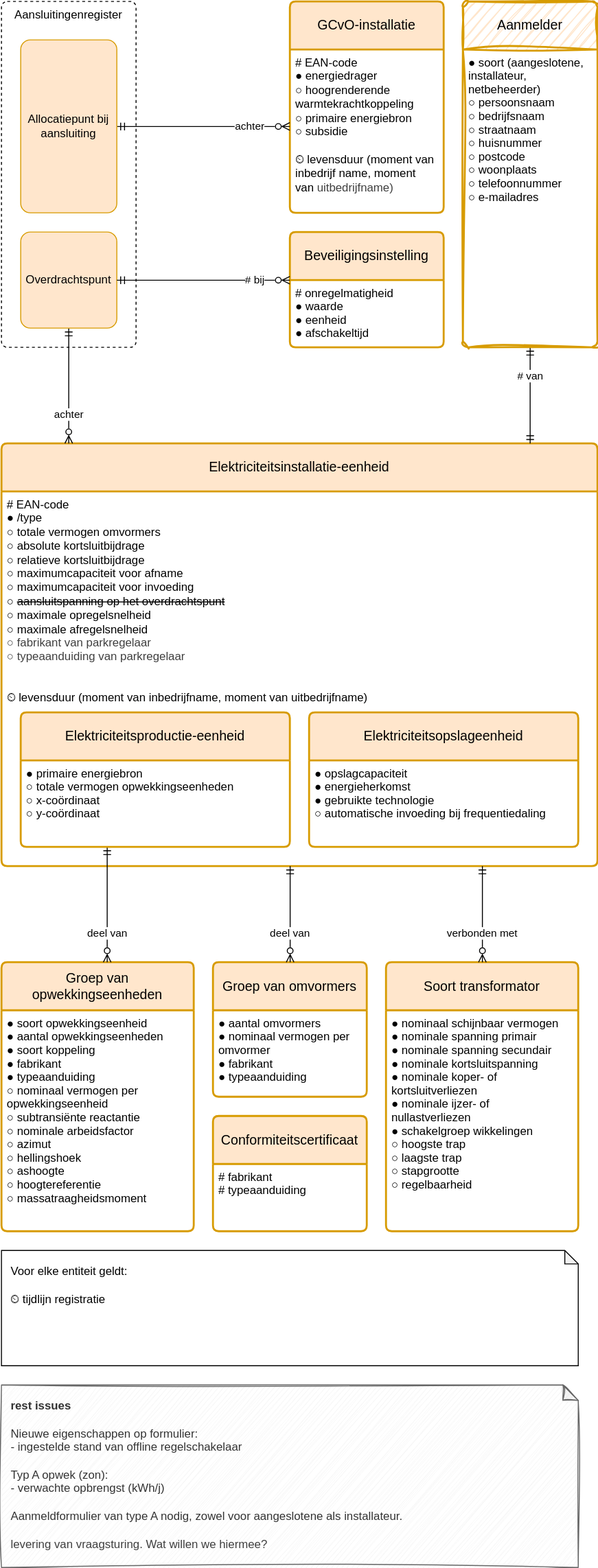
Above: registers/installatieregister/1.0/installatieregister.drawio.svg in Netbeheer-Nederland/stelsel (draw.io), before the change. Source tidied: cells renumbered, new cells last; positions are measured from the earlier drawing's top-left corner, leaving out a move shared by most shapes.
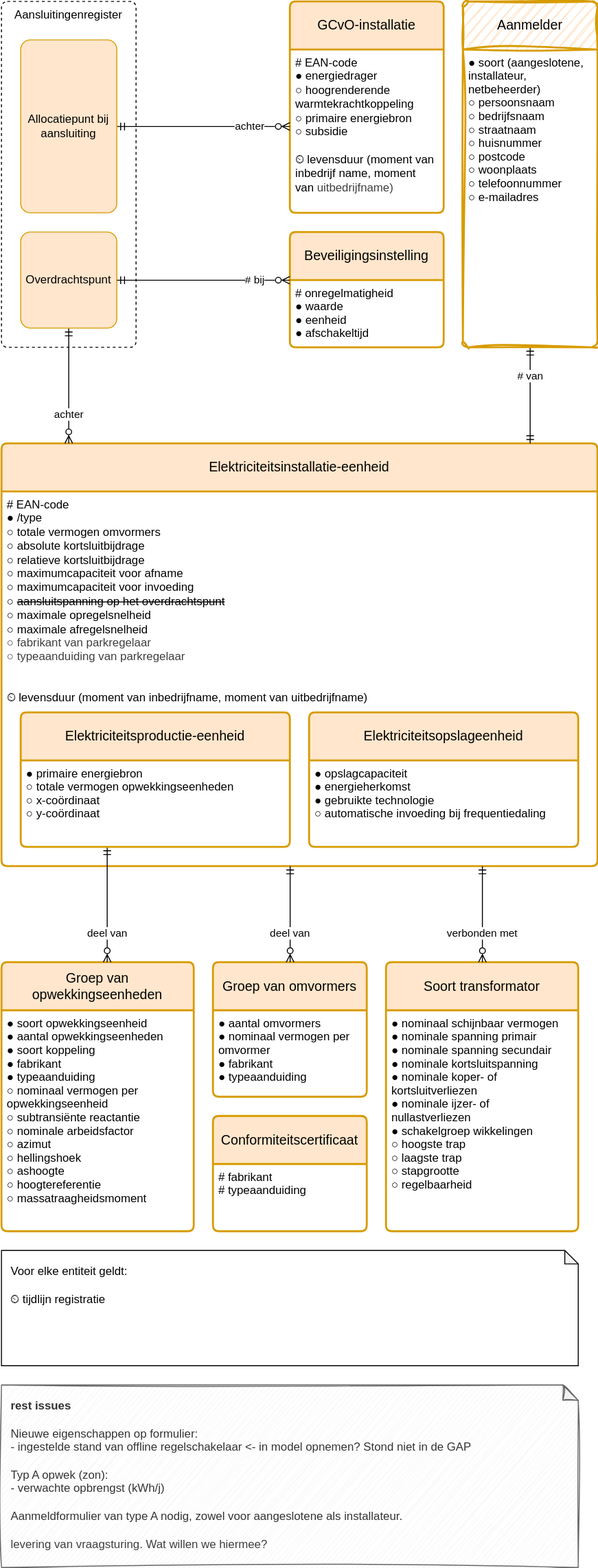
After the change.

Commit message:
rest issues aanpassing

Change to the diagram source:
```diff
@@ -98,7 +98,7 @@
     <mxCell id="33" value="● soort (aangeslotene,&#10;   installateur,&#10;   netbeheerder)&#10;○ persoonsnaam &#10;○ bedrijfsnaam &#10;○ straatnaam&#10;○ huisnummer&#10;○ postcode&#10;○ woonplaats&#10;○ telefoonnummer&#10;○ e-mailadres" style="align=left;strokeColor=none;fillColor=none;spacingLeft=4;fontSize=12;verticalAlign=top;" parent="32" vertex="1">
       <mxGeometry y="50" width="140" height="310" as="geometry" />
     </mxCell>
-    <mxCell id="34" value="&lt;div&gt;&lt;b&gt;rest issues&lt;/b&gt;&lt;/div&gt;&lt;div&gt;&lt;br&gt;&lt;/div&gt;&lt;div&gt;Nieuwe eigenschappen op formulier:&lt;/div&gt;&lt;div&gt;- ingestelde stand van offline regelschakelaar&lt;/div&gt;&lt;div&gt;&lt;br&gt;&lt;/div&gt;&lt;div&gt;Typ A opwek (zon):&lt;/div&gt;&lt;div&gt;- verwachte opbrengst (kWh/j)&lt;/div&gt;&lt;div&gt;&lt;br&gt;&lt;/div&gt;&lt;div&gt;&lt;span style=&quot;color: rgb(51, 51, 51);&quot;&gt;Aanmeldformulier van type A nodig, zowel voor aangeslotene als installateur.&lt;/span&gt;&lt;/div&gt;&lt;div&gt;&lt;span style=&quot;color: rgb(63, 63, 63); background-color: transparent;&quot;&gt;&lt;br&gt;&lt;/span&gt;&lt;/div&gt;&lt;div&gt;&lt;span style=&quot;color: rgb(63, 63, 63); background-color: transparent;&quot;&gt;levering van vraagsturing. Wat willen we hiermee?&lt;/span&gt;&lt;/div&gt;" style="shape=note;whiteSpace=wrap;html=1;backgroundOutline=1;darkOpacity=0.05;sketch=1;curveFitting=1;jiggle=2;fillColor=#f5f5f5;fontColor=#333333;strokeColor=#666666;spacing=10;verticalAlign=top;align=left;size=16;" parent="1" vertex="1">
+    <mxCell id="34" value="&lt;div&gt;&lt;b&gt;rest issues&lt;/b&gt;&lt;/div&gt;&lt;div&gt;&lt;br&gt;&lt;/div&gt;&lt;div&gt;Nieuwe eigenschappen op formulier:&lt;/div&gt;&lt;div&gt;- ingestelde stand van offline regelschakelaar &amp;lt;- in model opnemen? Stond niet in de GAP&lt;/div&gt;&lt;div&gt;&lt;br&gt;&lt;/div&gt;&lt;div&gt;Typ A opwek (zon):&lt;/div&gt;&lt;div&gt;- verwachte opbrengst (kWh/j)&lt;/div&gt;&lt;div&gt;&lt;br&gt;&lt;/div&gt;&lt;div&gt;&lt;span style=&quot;color: rgb(51, 51, 51);&quot;&gt;Aanmeldformulier van type A nodig, zowel voor aangeslotene als installateur.&lt;/span&gt;&lt;/div&gt;&lt;div&gt;&lt;span style=&quot;color: rgb(63, 63, 63); background-color: transparent;&quot;&gt;&lt;br&gt;&lt;/span&gt;&lt;/div&gt;&lt;div&gt;&lt;span style=&quot;color: rgb(63, 63, 63); background-color: transparent;&quot;&gt;levering van vraagsturing. Wat willen we hiermee?&lt;/span&gt;&lt;/div&gt;" style="shape=note;whiteSpace=wrap;html=1;backgroundOutline=1;darkOpacity=0.05;sketch=1;curveFitting=1;jiggle=2;fillColor=#f5f5f5;fontColor=#333333;strokeColor=#666666;spacing=10;verticalAlign=top;align=left;size=16;" parent="1" vertex="1">
       <mxGeometry y="1440" width="600" height="190" as="geometry" />
     </mxCell>
   </root>
```
